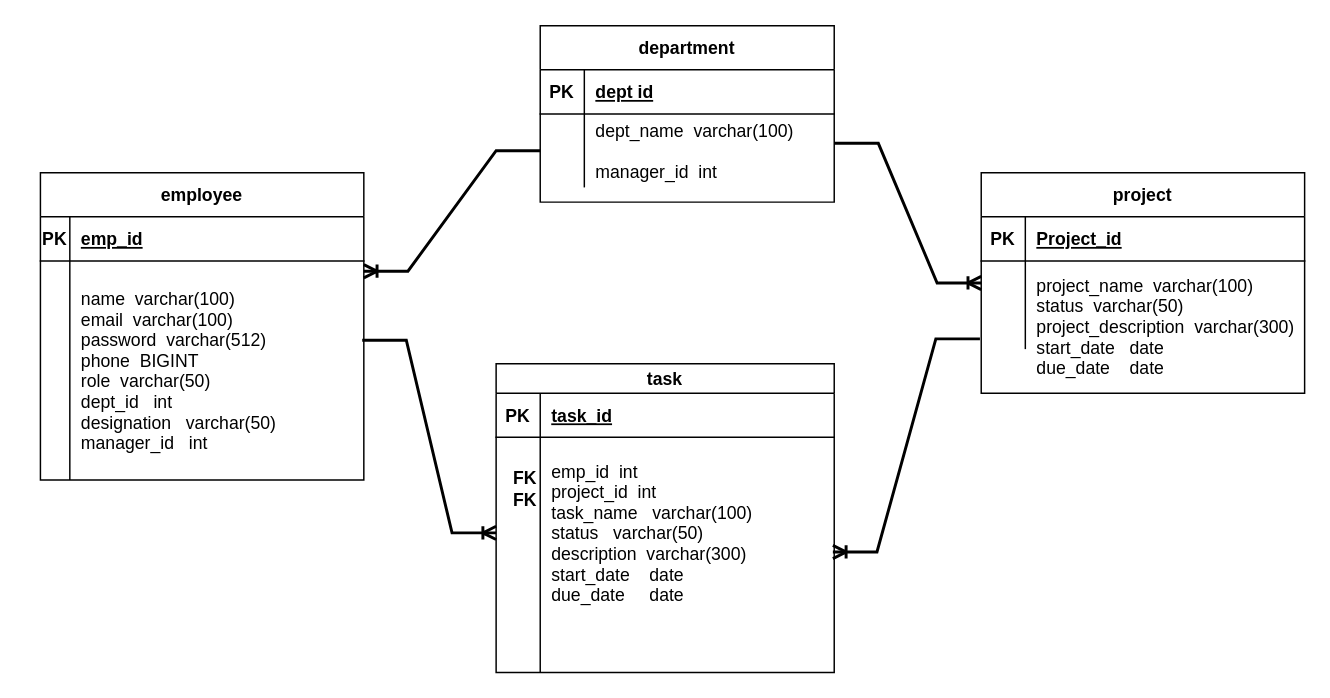
Hks1998/ETMS_Project keeps this draw.io diagram as page "ER" (3 of 4) of ETMS_complete.drawio. Above is the earlier version. Source tidied: cells renumbered, new cells numbered last; positions are measured from the earlier drawing's top-left corner, leaving out a move shared by most shapes. Both pictures are drawn from the tidied source at 147%, with x=0, y=0 at pixel (40, 25).
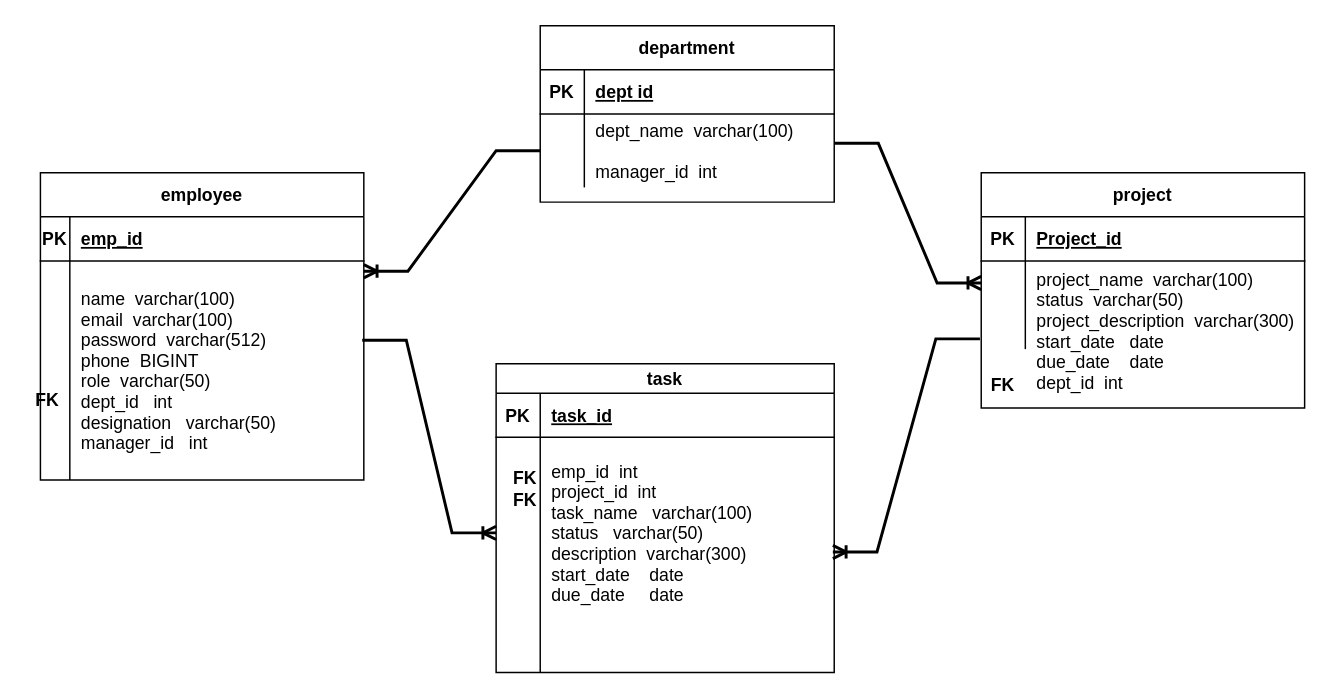
After the change.

The edit, as a diff of the source:
```diff
@@
     <mxCell id="26" value="project" style="shape=table;startSize=30;childLayout=tableLayout;rowLines=0;fontStyle=1;align=center;" parent="1" vertex="1">
-      <mxGeometry x="640" y="100" width="220" height="150" as="geometry" />
+      <mxGeometry x="640" y="100" width="220" height="160" as="geometry" />
     </mxCell>
@@
-    <mxCell id="36" value="project_name  varchar(100) &#10;status  varchar(50) &#10;project_description  varchar(300) &#10;start_date   date&#10;due_date    date" style="shape=partialRectangle;fillColor=none;top=0;left=0;bottom=0;right=0;align=left;spacingLeft=6;overflow=hidden;" parent="1" vertex="1">
-      <mxGeometry x="670" y="164.5" width="190" height="80" as="geometry" />
+    <mxCell id="36" value="project_name  varchar(100) &#10;status  varchar(50) &#10;project_description  varchar(300) &#10;start_date   date&#10;due_date    date&#10;dept_id  int" style="shape=partialRectangle;fillColor=none;top=0;left=0;bottom=0;right=0;align=left;spacingLeft=6;overflow=hidden;" parent="1" vertex="1">
+      <mxGeometry x="670" y="164.5" width="190" height="85.5" as="geometry" />
     </mxCell>
@@
+    <mxCell id="42" value="&lt;b&gt;FK&lt;/b&gt;" style="text;html=1;strokeColor=none;fillColor=none;align=center;verticalAlign=middle;whiteSpace=wrap;rounded=0;" parent="1" vertex="1">
+      <mxGeometry x="640" y="230" width="30" height="30" as="geometry" />
+    </mxCell>
+    <mxCell id="43" value="&lt;b&gt;FK&lt;/b&gt;" style="text;html=1;strokeColor=none;fillColor=none;align=center;verticalAlign=middle;whiteSpace=wrap;rounded=0;" parent="1" vertex="1">
+      <mxGeometry x="-10" y="240" width="30" height="30" as="geometry" />
+    </mxCell>
```
